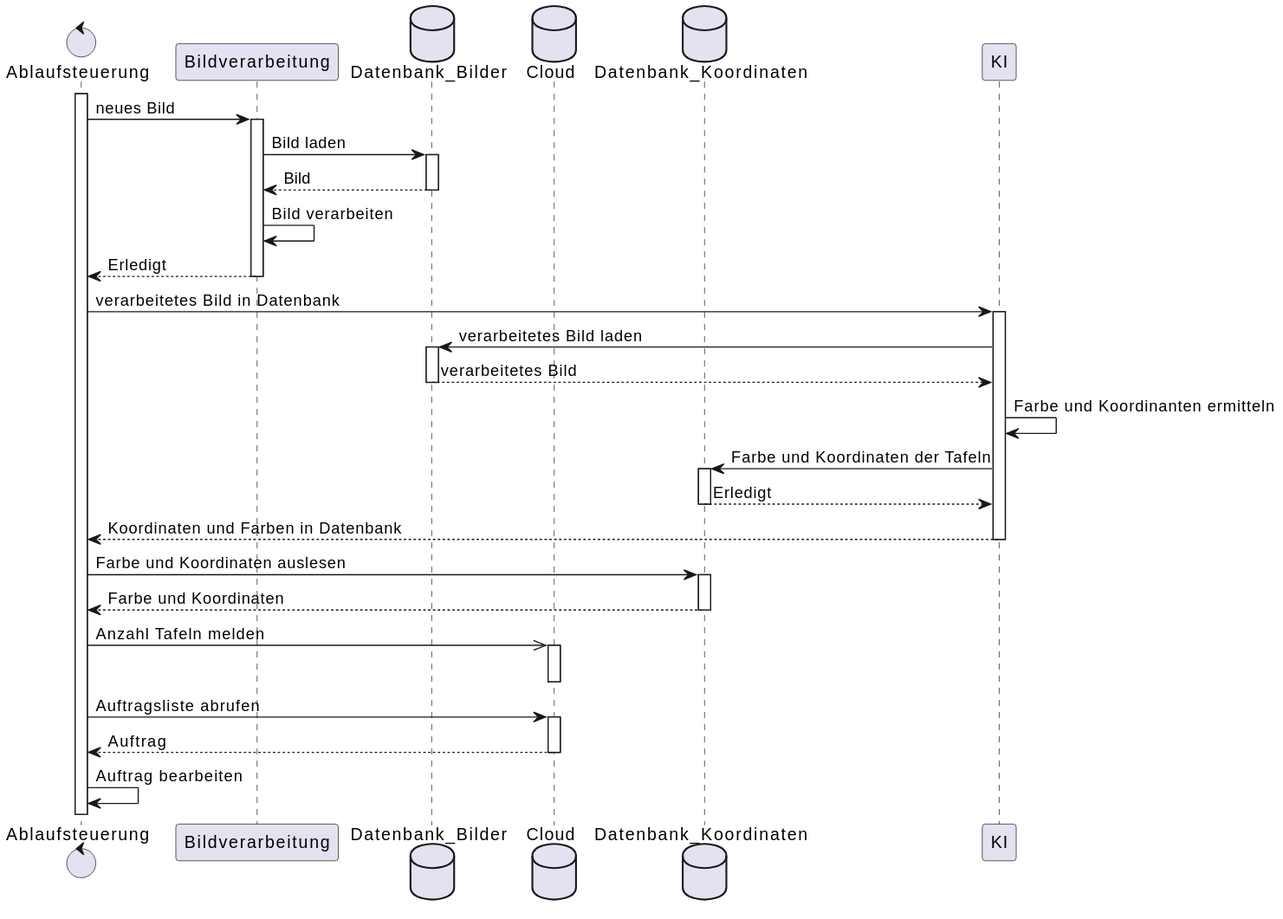
This is Vernetzte_Produktionssysteme/UML Diagramme/Sequence_Diagram_new.svg from hajo1038/KI_Projekt, a PlantUML export, as it was before one commit.
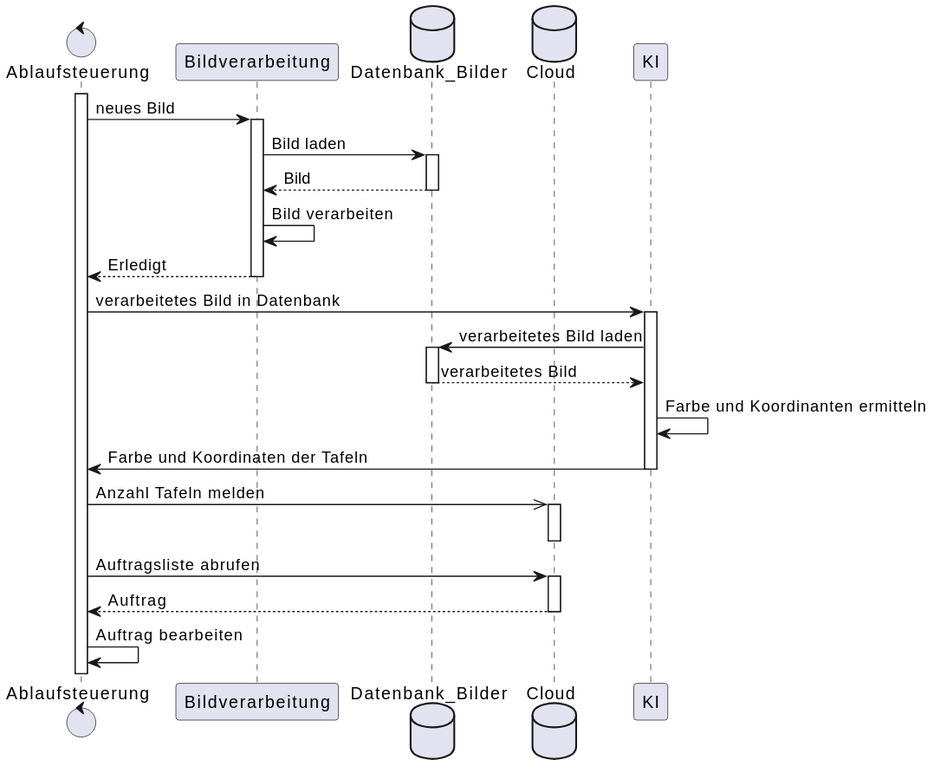
After the change.

Commit message:
- neues Sequenzdiagramm

Diff of the diagram source:
```diff
@@ -3,7 +3,6 @@
 participant Bildverarbeitung
 database Datenbank_Bilder
 database Cloud
-database Datenbank_Koordinaten
 
 activate Ablaufsteuerung
 
@@ -21,16 +20,8 @@
 activate Datenbank_Bilder
 return verarbeitetes Bild
 KI -> KI : Farbe und Koordinanten ermitteln
-KI -> Datenbank_Koordinaten : Farbe und Koordinaten der Tafeln
-activate Datenbank_Koordinaten
-return Erledigt
-deactivate Datenbank_Koordinaten
-KI --> Ablaufsteuerung : Koordinaten und Farben in Datenbank
+KI -> Ablaufsteuerung : Farbe und Koordinaten der Tafeln
 deactivate KI
-
-Ablaufsteuerung -> Datenbank_Koordinaten : Farbe und Koordinaten auslesen
-activate Datenbank_Koordinaten
-return Farbe und Koordinaten
 
 Ablaufsteuerung ->> Cloud : Anzahl Tafeln melden
 activate Cloud
```
